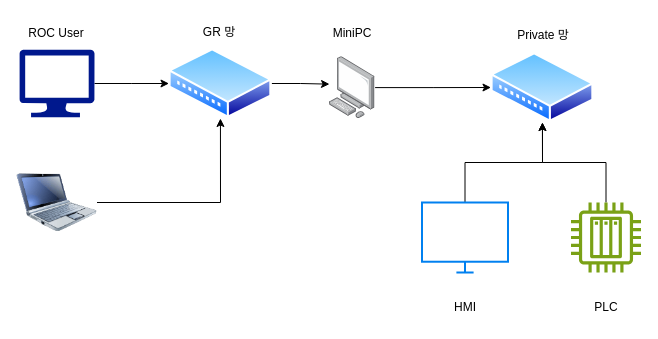
The draw.io diagram UML/mirero/PLC 환경.drawio in rhkdguskim/Study, before the edit. Source tidied: cells renumbered, new cells numbered last; positions are measured from the earlier drawing's top-left corner, leaving out a move shared by most shapes. Both pictures are drawn from the tidied source at 100%, with x=0, y=0 at pixel (16, 17).
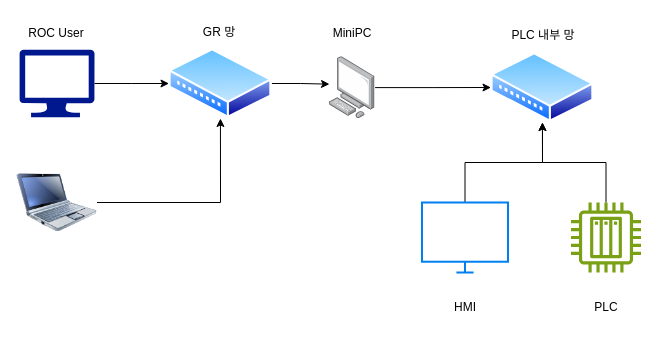
Above is the later version.

Commit message (it also covers changes not shown here):
PLC 환경.drawio 업데이트

What changed in the source:
```diff
@@
-    <mxCell id="7" value="Private 망" style="text;html=1;align=center;verticalAlign=middle;whiteSpace=wrap;rounded=0;" parent="1" vertex="1">
+    <mxCell id="7" value="PLC 내부 망" style="text;html=1;align=center;verticalAlign=middle;whiteSpace=wrap;rounded=0;" parent="1" vertex="1">
       <mxGeometry x="477.4" y="3" width="100" height="30" as="geometry" />
     </mxCell>
```
